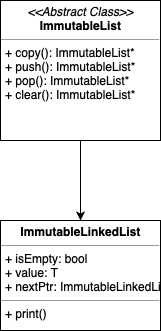
xlokk73/CPS2004-OOP-Assignment keeps this draw.io diagram as Documentation/UML 1.png. Above is the earlier version. Source tidied: cells renumbered, new cells last; positions are measured from the earlier drawing's top-left corner, leaving out a move shared by most shapes.
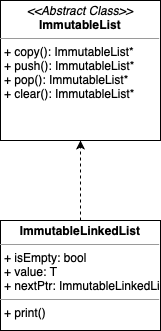
Above is the later version.

What changed in the source:
```diff
@@ -2,14 +2,12 @@
   <root>
     <mxCell id="0" />
     <mxCell id="1" parent="0" />
-    <mxCell id="2" style="edgeStyle=orthogonalEdgeStyle;rounded=0;jettySize=auto;html=1;" parent="1" edge="1" source="3">
-      <mxGeometry relative="1" as="geometry">
-        <mxPoint x="80" y="220" as="targetPoint" />
-      </mxGeometry>
-    </mxCell>
     <mxCell id="3" value="&lt;p style=&quot;margin: 0px ; margin-top: 4px ; text-align: center&quot;&gt;&lt;i&gt;&amp;lt;&amp;lt;Abstract Class&amp;gt;&amp;gt;&lt;/i&gt;&lt;br&gt;&lt;b&gt;ImmutableList&lt;/b&gt;&lt;/p&gt;&lt;hr size=&quot;1&quot;&gt;&lt;p style=&quot;margin: 0px ; margin-left: 4px&quot;&gt;+ copy(): ImmutableList*&lt;br&gt;+ push(): ImmutableList*&lt;/p&gt;&lt;p style=&quot;margin: 0px ; margin-left: 4px&quot;&gt;+ pop(): ImmutableList*&lt;/p&gt;&lt;p style=&quot;margin: 0px ; margin-left: 4px&quot;&gt;+ clear(): ImmutableList*&lt;/p&gt;" style="verticalAlign=top;align=left;overflow=fill;fontSize=12;fontFamily=Helvetica;html=1;" parent="1" vertex="1">
       <mxGeometry width="160" height="140" as="geometry" />
     </mxCell>
+    <mxCell id="5" style="edgeStyle=orthogonalEdgeStyle;rounded=0;jettySize=auto;html=1;exitX=0.5;exitY=0;exitDx=0;exitDy=0;entryX=0.5;entryY=1;entryDx=0;entryDy=0;dashed=1;" parent="1" edge="1" source="4" target="3">
+      <mxGeometry relative="1" as="geometry" />
+    </mxCell>
     <mxCell id="4" value="&lt;p style=&quot;margin: 0px ; margin-top: 4px ; text-align: center&quot;&gt;&lt;b&gt;ImmutableLinkedList&lt;/b&gt;&lt;/p&gt;&lt;hr size=&quot;1&quot;&gt;&lt;p style=&quot;margin: 0px ; margin-left: 4px&quot;&gt;+ isEmpty: bool&lt;/p&gt;&lt;p style=&quot;margin: 0px ; margin-left: 4px&quot;&gt;+ value: T&lt;/p&gt;&lt;p style=&quot;margin: 0px ; margin-left: 4px&quot;&gt;+ nextPtr: ImmutableLinkedList*&lt;/p&gt;&lt;hr size=&quot;1&quot;&gt;&lt;p style=&quot;margin: 0px ; margin-left: 4px&quot;&gt;+ print()&lt;/p&gt;" style="verticalAlign=top;align=left;overflow=fill;fontSize=12;fontFamily=Helvetica;html=1;" parent="1" vertex="1">
       <mxGeometry y="220" width="160" height="110" as="geometry" />
     </mxCell>
```
